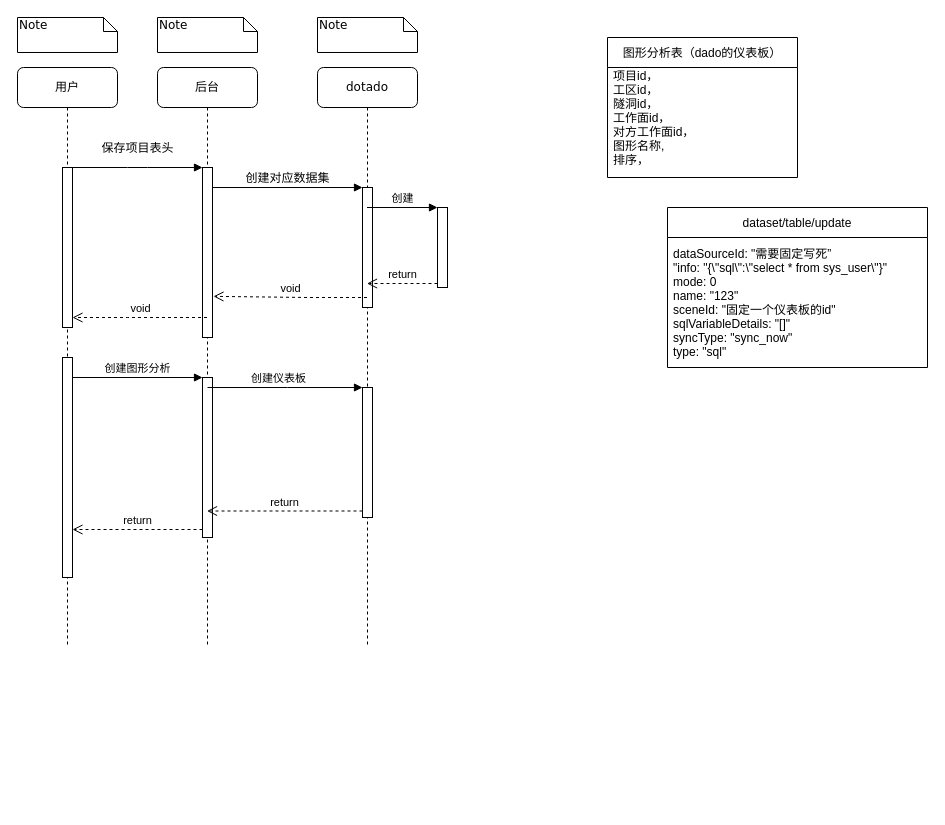
This is 监测分析流程.drawio from Leicw/draw.io_file, a draw.io file, before an edit. Source tidied: cells renumbered, new cells numbered last; positions are measured from the earlier drawing's top-left corner, leaving out a move shared by most shapes. Both pictures are drawn from the tidied source at 100%, with x=0, y=0 at pixel (17, 17).
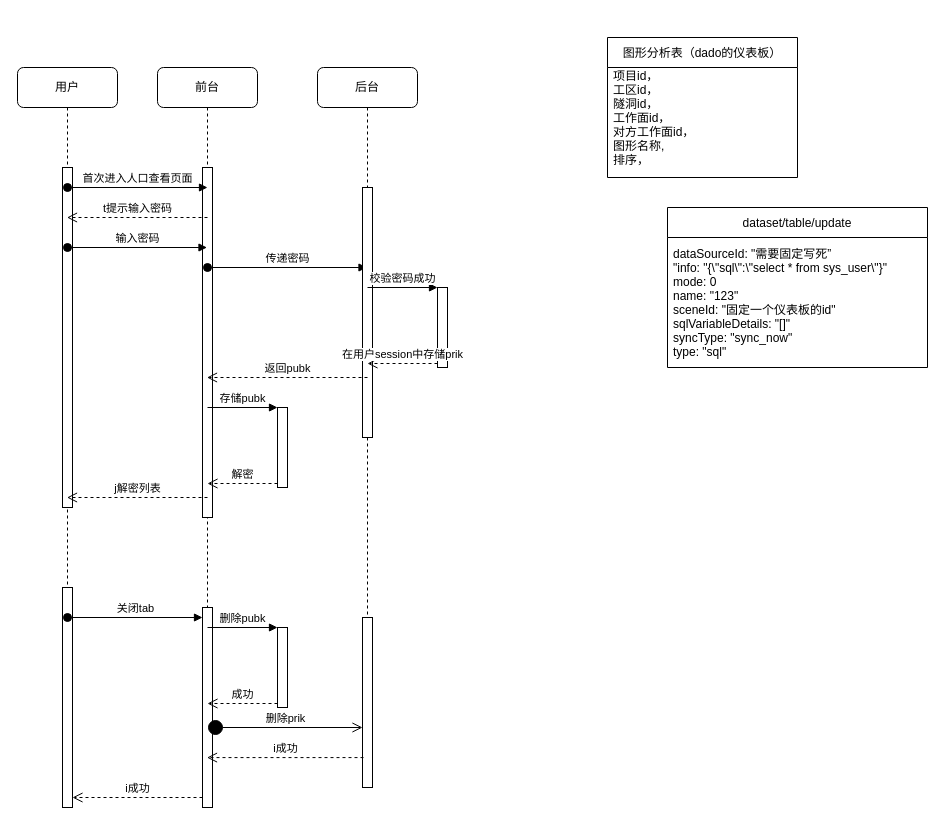
The same diagram, later.

Commit message:
成为加密流程.drawio

Unchanged cells that the change refers to:
```xml
<mxCell id="8" value="用户" style="shape=umlLifeline;perimeter=lifelinePerimeter;whiteSpace=wrap;html=1;outlineConnect=0;rounded=1;shadow=0;comic=0;labelBackgroundColor=none;strokeWidth=1;fontFamily=Verdana;fontSize=12;align=center;" parent="1" vertex="1">
  <mxGeometry y="50" width="100" height="580" as="geometry" />
</mxCell>
```

Change to the diagram source:
```diff
@@
-    <mxCell id="2" value="后台" style="shape=umlLifeline;perimeter=lifelinePerimeter;whiteSpace=wrap;html=1;outlineConnect=0;rounded=1;shadow=0;comic=0;labelBackgroundColor=none;strokeWidth=1;fontFamily=Verdana;fontSize=12;align=center;" parent="1" vertex="1">
-      <mxGeometry x="140" y="50" width="100" height="580" as="geometry" />
+    <mxCell id="2" value="前台" style="shape=umlLifeline;perimeter=lifelinePerimeter;whiteSpace=wrap;html=1;outlineConnect=0;rounded=1;shadow=0;comic=0;labelBackgroundColor=none;strokeWidth=1;fontFamily=Verdana;fontSize=12;align=center;" parent="1" vertex="1">
+      <mxGeometry x="140" y="50" width="100" height="740" as="geometry" />
     </mxCell>
     <mxCell id="3" style="html=1;points=[];perimeter=orthogonalPerimeter;rounded=0;shadow=0;comic=0;labelBackgroundColor=none;strokeWidth=1;fontFamily=Verdana;fontSize=12;align=center;" parent="2" vertex="1">
-      <mxGeometry x="45" y="100" width="10" height="170" as="geometry" />
+      <mxGeometry x="45" y="100" width="10" height="350" as="geometry" />
     </mxCell>
     <mxCell id="4" style="html=1;points=[];perimeter=orthogonalPerimeter;" parent="2" vertex="1">
-      <mxGeometry x="45" y="310" width="10" height="160" as="geometry" />
+      <mxGeometry x="45" y="540" width="10" height="200" as="geometry" />
     </mxCell>
+    <mxCell id="30" value="传递密码" style="html=1;verticalAlign=bottom;startArrow=oval;startFill=1;endArrow=block;startSize=8;rounded=0;" parent="2" edge="1" target="5">
+      <mxGeometry relative="1" as="geometry">
+        <mxPoint x="50" y="200" as="sourcePoint" />
+      </mxGeometry>
+    </mxCell>
-    <mxCell id="5" value="dotado" style="shape=umlLifeline;perimeter=lifelinePerimeter;whiteSpace=wrap;html=1;outlineConnect=0;rounded=1;shadow=0;comic=0;labelBackgroundColor=none;strokeWidth=1;fontFamily=Verdana;fontSize=12;align=center;" parent="1" vertex="1">
-      <mxGeometry x="300" y="50" width="100" height="580" as="geometry" />
+    <mxCell id="5" value="后台" style="shape=umlLifeline;perimeter=lifelinePerimeter;whiteSpace=wrap;html=1;outlineConnect=0;rounded=1;shadow=0;comic=0;labelBackgroundColor=none;strokeWidth=1;fontFamily=Verdana;fontSize=12;align=center;" parent="1" vertex="1">
+      <mxGeometry x="300" y="50" width="100" height="720" as="geometry" />
     </mxCell>
     <mxCell id="6" style="html=1;points=[];perimeter=orthogonalPerimeter;rounded=0;shadow=0;comic=0;labelBackgroundColor=none;strokeWidth=1;fontFamily=Verdana;fontSize=12;align=center;" parent="5" vertex="1">
-      <mxGeometry x="45" y="120" width="10" height="120" as="geometry" />
+      <mxGeometry x="45" y="120" width="10" height="250" as="geometry" />
     </mxCell>
     <mxCell id="7" style="html=1;points=[];perimeter=orthogonalPerimeter;" parent="5" vertex="1">
-      <mxGeometry x="45" y="320" width="10" height="130" as="geometry" />
+      <mxGeometry x="45" y="550" width="10" height="170" as="geometry" />
     </mxCell>
@@
     <mxCell id="9" style="html=1;points=[];perimeter=orthogonalPerimeter;rounded=0;shadow=0;comic=0;labelBackgroundColor=none;strokeWidth=1;fontFamily=Verdana;fontSize=12;align=center;" parent="8" vertex="1">
-      <mxGeometry x="45" y="100" width="10" height="160" as="geometry" />
+      <mxGeometry x="45" y="100" width="10" height="340" as="geometry" />
     </mxCell>
     <mxCell id="10" style="html=1;points=[];perimeter=orthogonalPerimeter;" parent="8" vertex="1">
-      <mxGeometry x="45" y="290" width="10" height="220" as="geometry" />
+      <mxGeometry x="45" y="520" width="10" height="220" as="geometry" />
     </mxCell>
-    <mxCell id="11" value="保存项目表头" style="html=1;verticalAlign=bottom;endArrow=block;entryX=0;entryY=0;labelBackgroundColor=none;fontFamily=Verdana;fontSize=12;edgeStyle=elbowEdgeStyle;elbow=vertical;" parent="1" edge="1" source="9" target="3">
-      <mxGeometry y="10" relative="1" as="geometry" />
-    </mxCell>
-    <mxCell id="12" value="创建对应数据集" style="html=1;verticalAlign=bottom;endArrow=block;entryX=0;entryY=0;labelBackgroundColor=none;fontFamily=Verdana;fontSize=12;edgeStyle=elbowEdgeStyle;elbow=vertical;" parent="1" edge="1" source="3" target="6">
-      <mxGeometry relative="1" as="geometry" />
-    </mxCell>
-    <mxCell id="13" value="Note" style="shape=note;whiteSpace=wrap;html=1;size=14;verticalAlign=top;align=left;spacingTop=-6;rounded=0;shadow=0;comic=0;labelBackgroundColor=none;strokeWidth=1;fontFamily=Verdana;fontSize=12;" parent="1" vertex="1">
-      <mxGeometry width="100" height="35" as="geometry" />
-    </mxCell>
-    <mxCell id="14" value="Note" style="shape=note;whiteSpace=wrap;html=1;size=14;verticalAlign=top;align=left;spacingTop=-6;rounded=0;shadow=0;comic=0;labelBackgroundColor=none;strokeWidth=1;fontFamily=Verdana;fontSize=12;" parent="1" vertex="1">
-      <mxGeometry x="140" width="100" height="35" as="geometry" />
-    </mxCell>
-    <mxCell id="15" value="Note" style="shape=note;whiteSpace=wrap;html=1;size=14;verticalAlign=top;align=left;spacingTop=-6;rounded=0;shadow=0;comic=0;labelBackgroundColor=none;strokeWidth=1;fontFamily=Verdana;fontSize=12;" parent="1" vertex="1">
-      <mxGeometry x="300" width="100" height="35" as="geometry" />
-    </mxCell>
-    <mxCell id="16" value="void" style="html=1;verticalAlign=bottom;endArrow=open;dashed=1;endSize=8;rounded=0;entryX=1.1;entryY=0.758;entryDx=0;entryDy=0;entryPerimeter=0;" parent="1" edge="1" source="5" target="3">
-      <mxGeometry relative="1" as="geometry">
-        <Array as="points">
-          <mxPoint x="290" y="280" />
-        </Array>
-      </mxGeometry>
-    </mxCell>
-    <mxCell id="17" value="创建图形分析" style="html=1;verticalAlign=bottom;endArrow=block;entryX=0;entryY=0;rounded=0;" parent="1" edge="1" source="10" target="4">
-      <mxGeometry relative="1" as="geometry" />
-    </mxCell>
+    <mxCell id="31" value="首次进入人口查看页面" style="html=1;verticalAlign=bottom;startArrow=oval;startFill=1;endArrow=block;startSize=8;rounded=0;" parent="8" edge="1">
+      <mxGeometry relative="1" as="geometry">
+        <mxPoint x="50" y="120" as="sourcePoint" />
+        <mxPoint x="190" y="120" as="targetPoint" />
+      </mxGeometry>
+    </mxCell>
+    <mxCell id="32" value="输入密码" style="html=1;verticalAlign=bottom;startArrow=oval;startFill=1;endArrow=block;startSize=8;rounded=0;" parent="8" edge="1" target="2">
+      <mxGeometry relative="1" as="geometry">
+        <mxPoint x="50" y="180" as="sourcePoint" />
+      </mxGeometry>
+    </mxCell>
+    <mxCell id="33" value="关闭tab" style="html=1;verticalAlign=bottom;startArrow=oval;startFill=1;endArrow=block;startSize=8;rounded=0;" parent="8" edge="1" target="4">
+      <mxGeometry relative="1" as="geometry">
+        <mxPoint x="50" y="550" as="sourcePoint" />
+      </mxGeometry>
+    </mxCell>
-    <mxCell id="18" value="return" style="html=1;verticalAlign=bottom;endArrow=open;dashed=1;endSize=8;exitX=0;exitY=0.95;rounded=0;" parent="1" edge="1" source="4" target="10">
+    <mxCell id="18" value="i成功" style="html=1;verticalAlign=bottom;endArrow=open;dashed=1;endSize=8;exitX=0;exitY=0.95;rounded=0;" parent="1" edge="1" source="4" target="10">
       <mxGeometry relative="1" as="geometry" />
     </mxCell>
-    <mxCell id="19" style="html=1;verticalAlign=bottom;endArrow=block;entryX=0;entryY=0;rounded=0;" parent="1" edge="1" target="7">
-      <mxGeometry relative="1" as="geometry">
-        <mxPoint x="190" y="370" as="sourcePoint" />
-        <Array as="points">
-          <mxPoint x="270" y="370" />
-        </Array>
-      </mxGeometry>
-    </mxCell>
-    <mxCell id="20" value="创建仪表板" style="edgeLabel;html=1;align=center;verticalAlign=middle;" parent="19" vertex="1">
-      <mxGeometry x="-0.34" y="-1" relative="1" as="geometry">
-        <mxPoint x="19" y="-11" as="offset" />
-      </mxGeometry>
-    </mxCell>
-    <mxCell id="21" value="return" style="html=1;verticalAlign=bottom;endArrow=open;dashed=1;endSize=8;exitX=0;exitY=0.95;rounded=0;" parent="1" edge="1" source="7" target="2">
-      <mxGeometry relative="1" as="geometry" />
-    </mxCell>
@@
-    <mxCell id="24" style="html=1;points=[];perimeter=orthogonalPerimeter;" parent="1" vertex="1">
-      <mxGeometry x="420" y="190" width="10" height="80" as="geometry" />
-    </mxCell>
-    <mxCell id="25" value="创建" style="html=1;verticalAlign=bottom;endArrow=block;entryX=0;entryY=0;rounded=0;" parent="1" edge="1" source="5" target="24">
-      <mxGeometry relative="1" as="geometry" />
-    </mxCell>
-    <mxCell id="26" value="return" style="html=1;verticalAlign=bottom;endArrow=open;dashed=1;endSize=8;exitX=0;exitY=0.95;rounded=0;" parent="1" edge="1" source="24" target="5">
-      <mxGeometry relative="1" as="geometry">
-        <Array as="points">
-          <mxPoint x="380" y="266" />
-        </Array>
-      </mxGeometry>
-    </mxCell>
-    <mxCell id="27" value="void" style="html=1;verticalAlign=bottom;endArrow=open;dashed=1;endSize=8;rounded=0;" parent="1" edge="1" source="2" target="9">
-      <mxGeometry relative="1" as="geometry">
-        <Array as="points">
-          <mxPoint x="110" y="300" />
-        </Array>
-      </mxGeometry>
-    </mxCell>
@@
+    <mxCell id="34" value="t提示输入密码" style="html=1;verticalAlign=bottom;endArrow=open;dashed=1;endSize=8;rounded=0;" parent="1" edge="1" target="8">
+      <mxGeometry relative="1" as="geometry">
+        <mxPoint x="190" y="200" as="sourcePoint" />
+      </mxGeometry>
+    </mxCell>
+    <mxCell id="35" style="html=1;points=[];perimeter=orthogonalPerimeter;" parent="1" vertex="1">
+      <mxGeometry x="420" y="270" width="10" height="80" as="geometry" />
+    </mxCell>
+    <mxCell id="36" value="校验密码成功" style="html=1;verticalAlign=bottom;endArrow=block;entryX=0;entryY=0;rounded=0;" parent="1" edge="1" target="35">
+      <mxGeometry relative="1" as="geometry">
+        <mxPoint x="350" y="270" as="sourcePoint" />
+      </mxGeometry>
+    </mxCell>
+    <mxCell id="37" value="在用户session中存储prik" style="html=1;verticalAlign=bottom;endArrow=open;dashed=1;endSize=8;exitX=0;exitY=0.95;rounded=0;" parent="1" edge="1">
+      <mxGeometry relative="1" as="geometry">
+        <mxPoint x="420" y="346" as="sourcePoint" />
+        <mxPoint x="350" y="346" as="targetPoint" />
+      </mxGeometry>
+    </mxCell>
+    <mxCell id="38" value="&lt;span style=&quot;color: rgb(0, 0, 0); font-family: Helvetica; font-size: 11px; font-style: normal; font-variant-ligatures: normal; font-variant-caps: normal; font-weight: 400; letter-spacing: normal; orphans: 2; text-align: center; text-indent: 0px; text-transform: none; widows: 2; word-spacing: 0px; -webkit-text-stroke-width: 0px; background-color: rgb(255, 255, 255); text-decoration-thickness: initial; text-decoration-style: initial; text-decoration-color: initial; float: none; display: inline !important;&quot;&gt;返回pubk&lt;/span&gt;" style="html=1;verticalAlign=bottom;endArrow=open;dashed=1;endSize=8;rounded=0;" parent="1" edge="1" target="2">
+      <mxGeometry relative="1" as="geometry">
+        <mxPoint x="350" y="360" as="sourcePoint" />
+      </mxGeometry>
+    </mxCell>
+    <mxCell id="39" style="html=1;points=[];perimeter=orthogonalPerimeter;" parent="1" vertex="1">
+      <mxGeometry x="260" y="390" width="10" height="80" as="geometry" />
+    </mxCell>
+    <mxCell id="40" value="存储pubk" style="html=1;verticalAlign=bottom;endArrow=block;entryX=0;entryY=0;rounded=0;" parent="1" edge="1" target="39">
+      <mxGeometry relative="1" as="geometry">
+        <mxPoint x="190" y="390" as="sourcePoint" />
+      </mxGeometry>
+    </mxCell>
+    <mxCell id="41" value="解密" style="html=1;verticalAlign=bottom;endArrow=open;dashed=1;endSize=8;exitX=0;exitY=0.95;rounded=0;" parent="1" edge="1" source="39">
+      <mxGeometry relative="1" as="geometry">
+        <mxPoint x="190" y="466" as="targetPoint" />
+      </mxGeometry>
+    </mxCell>
+    <mxCell id="42" value="j解密列表" style="html=1;verticalAlign=bottom;endArrow=open;dashed=1;endSize=8;rounded=0;" parent="1" edge="1" target="8">
+      <mxGeometry relative="1" as="geometry">
+        <mxPoint x="190" y="480" as="sourcePoint" />
+      </mxGeometry>
+    </mxCell>
+    <mxCell id="43" style="html=1;points=[];perimeter=orthogonalPerimeter;" parent="1" vertex="1">
+      <mxGeometry x="260" y="610" width="10" height="80" as="geometry" />
+    </mxCell>
+    <mxCell id="44" value="删除pubk" style="html=1;verticalAlign=bottom;endArrow=block;entryX=0;entryY=0;rounded=0;" parent="1" edge="1" target="43">
+      <mxGeometry relative="1" as="geometry">
+        <mxPoint x="190" y="610" as="sourcePoint" />
+      </mxGeometry>
+    </mxCell>
+    <mxCell id="45" value="成功" style="html=1;verticalAlign=bottom;endArrow=open;dashed=1;endSize=8;exitX=0;exitY=0.95;rounded=0;" parent="1" edge="1" source="43">
+      <mxGeometry relative="1" as="geometry">
+        <mxPoint x="190" y="686" as="targetPoint" />
+      </mxGeometry>
+    </mxCell>
+    <mxCell id="46" value="删除prik" style="html=1;verticalAlign=bottom;startArrow=circle;startFill=1;endArrow=open;startSize=6;endSize=8;rounded=0;" parent="1" edge="1" target="7">
+      <mxGeometry relative="1" as="geometry">
+        <mxPoint x="190" y="710" as="sourcePoint" />
+      </mxGeometry>
+    </mxCell>
+    <mxCell id="21" value="i成功" style="html=1;verticalAlign=bottom;endArrow=open;dashed=1;endSize=8;rounded=0;exitX=0.1;exitY=0.824;exitDx=0;exitDy=0;exitPerimeter=0;" parent="1" edge="1" source="7" target="2">
+      <mxGeometry relative="1" as="geometry" />
+    </mxCell>
```
